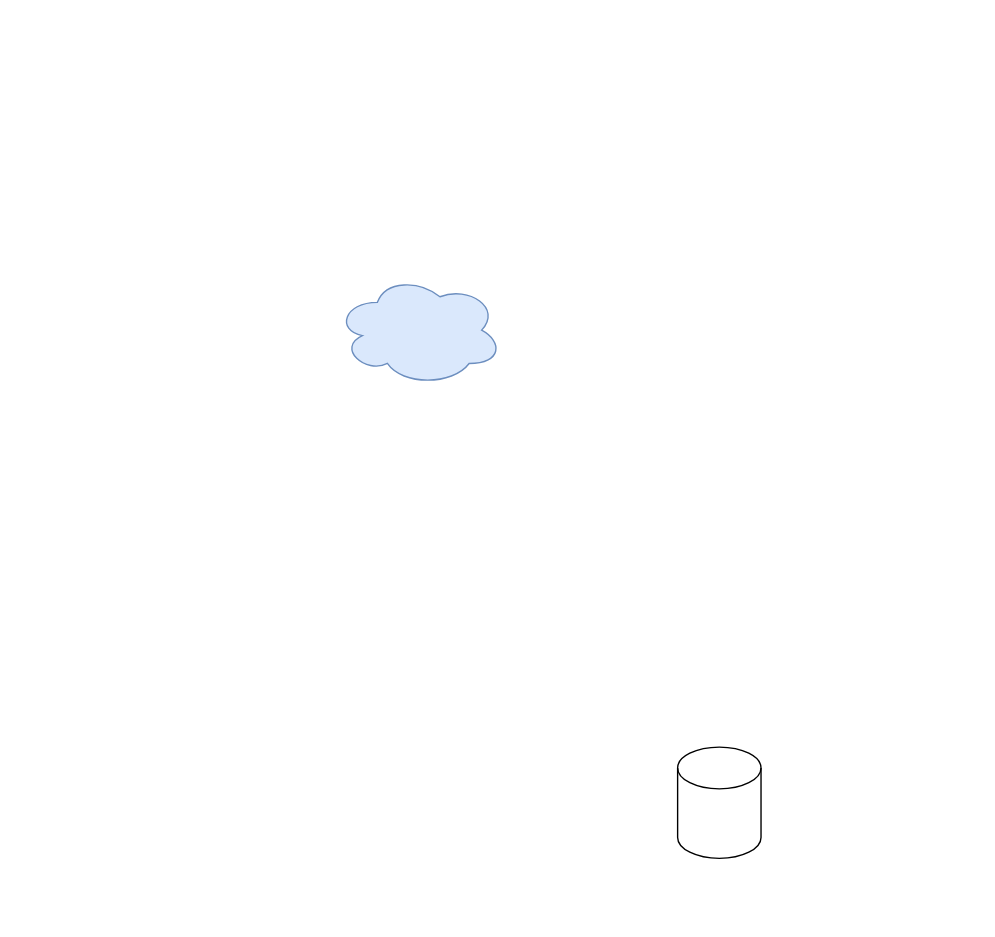
Earlier version of the draw.io diagram Untitled Diagram.drawio (rennan-dj/time_to_lunch). Source tidied: cells renumbered, new cells numbered last; positions are measured from the earlier drawing's top-left corner, leaving out a move shared by most shapes. Both pictures are drawn from the tidied source at 139%, with x=0, y=0 at pixel (335, 274).
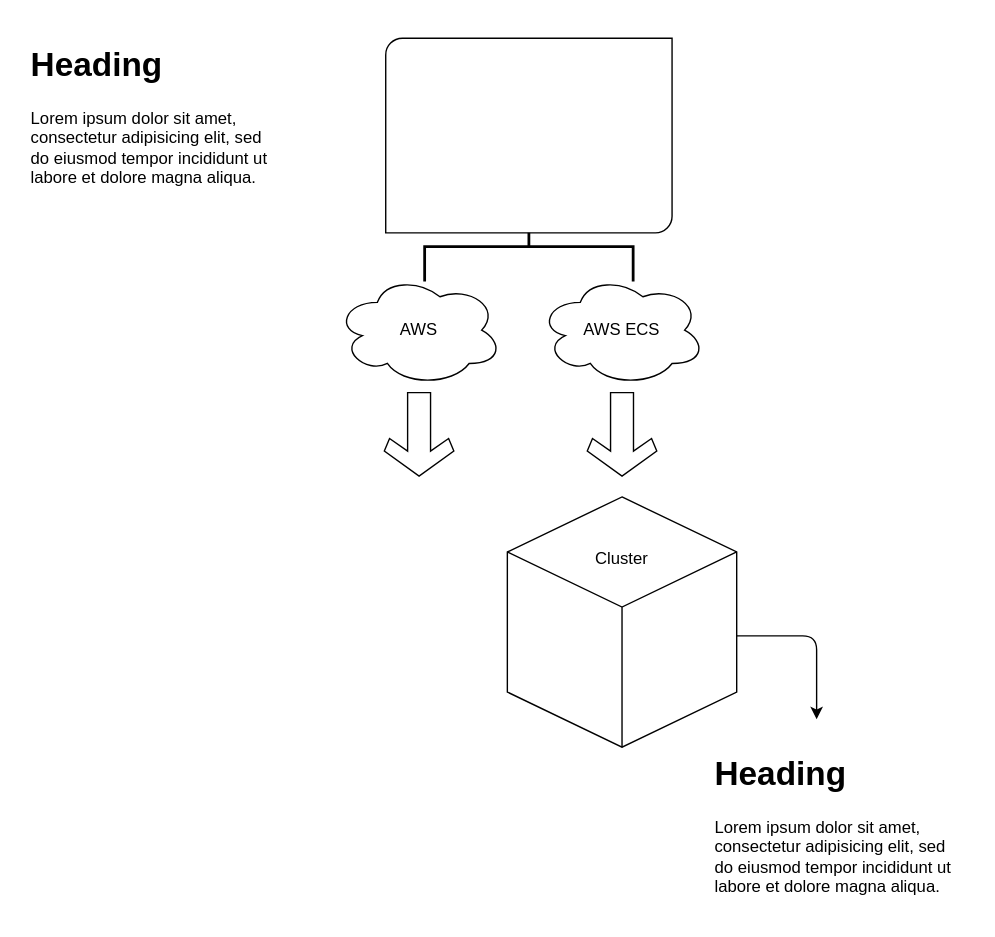
After the change.

The edit, as a diff of the source:
```diff
@@
-<mxGraphModel background="#ffffff">
+<mxGraphModel>
   <root>
     <mxCell id="0" />
     <mxCell id="1" parent="0" />
-    <mxCell id="2" style="ellipse;shape=cloud;whiteSpace=wrap;html=1;fillColor=#dae8fc;strokeColor=#6c8ebf;" parent="1" vertex="1">
+    <mxCell id="2" style="ellipse;shape=cloud;whiteSpace=wrap;html=1;rounded=1;" parent="1" vertex="1">
       <mxGeometry width="120" height="80" as="geometry" />
     </mxCell>
-    <mxCell id="3" style="shape=cylinder3;whiteSpace=wrap;html=1;boundedLbl=1;backgroundOutline=1;size=15;" parent="1" vertex="1">
-      <mxGeometry x="246" y="340" width="60" height="80" as="geometry" />
-    </mxCell>
+    <mxCell id="4" value="AWS" style="text;html=1;strokeColor=none;fillColor=none;align=center;verticalAlign=middle;whiteSpace=wrap;rounded=1;" parent="1" vertex="1">
+      <mxGeometry x="30" y="25" width="60" height="30" as="geometry" />
+    </mxCell>
+    <mxCell id="5" style="strokeWidth=2;html=1;shape=mxgraph.flowchart.annotation_2;align=left;labelPosition=right;rotation=90;rounded=1;" parent="1" vertex="1">
+      <mxGeometry x="114" y="-95" width="50" height="150" as="geometry" />
+    </mxCell>
+    <mxCell id="6" style="ellipse;shape=cloud;whiteSpace=wrap;html=1;rounded=1;" parent="1" vertex="1">
+      <mxGeometry x="146" width="120" height="80" as="geometry" />
+    </mxCell>
+    <mxCell id="7" value="AWS ECS" style="text;html=1;strokeColor=none;fillColor=none;align=center;verticalAlign=middle;whiteSpace=wrap;rounded=1;" parent="1" vertex="1">
+      <mxGeometry x="176" y="25" width="60" height="30" as="geometry" />
+    </mxCell>
+    <mxCell id="8" style="verticalLabelPosition=bottom;verticalAlign=top;html=1;shape=mxgraph.basic.diag_round_rect;dx=6;rounded=1;" parent="1" vertex="1">
+      <mxGeometry x="36" y="-170" width="206" height="140" as="geometry" />
+    </mxCell>
+    <mxCell id="9" style="html=1;shadow=0;dashed=0;align=center;verticalAlign=middle;shape=mxgraph.arrows2.sharpArrow2;dy1=0.67;dx1=18;dx2=18;dy3=0.15;dx3=27;notch=0;rotation=90;rounded=1;" parent="1" vertex="1">
+      <mxGeometry x="176" y="90" width="60" height="50" as="geometry" />
+    </mxCell>
+    <mxCell id="10" style="html=1;shadow=0;dashed=0;align=center;verticalAlign=middle;shape=mxgraph.arrows2.sharpArrow2;dy1=0.67;dx1=18;dx2=18;dy3=0.15;dx3=27;notch=0;rotation=90;rounded=1;" parent="1" vertex="1">
+      <mxGeometry x="30" y="90" width="60" height="50" as="geometry" />
+    </mxCell>
+    <mxCell id="11" style="whiteSpace=wrap;html=1;shape=mxgraph.basic.isocube;isoAngle=15;rounded=1;" parent="1" vertex="1">
+      <mxGeometry x="123.5" y="160" width="165" height="180" as="geometry" />
+    </mxCell>
+    <mxCell id="12" value="&lt;h1&gt;Heading&lt;/h1&gt;&lt;p&gt;Lorem ipsum dolor sit amet, consectetur adipisicing elit, sed do eiusmod tempor incididunt ut labore et dolore magna aliqua.&lt;/p&gt;" style="text;html=1;strokeColor=none;fillColor=none;spacing=5;spacingTop=-20;whiteSpace=wrap;overflow=hidden;rounded=1;" parent="1" vertex="1">
+      <mxGeometry x="-224" y="-170" width="190" height="120" as="geometry" />
+    </mxCell>
+    <mxCell id="13" value="Cluster" style="text;html=1;strokeColor=none;fillColor=none;align=center;verticalAlign=middle;whiteSpace=wrap;rounded=1;" parent="1" vertex="1">
+      <mxGeometry x="144" y="160" width="124" height="90" as="geometry" />
+    </mxCell>
+    <mxCell id="14" value="&lt;h1&gt;Heading&lt;/h1&gt;&lt;p&gt;Lorem ipsum dolor sit amet, consectetur adipisicing elit, sed do eiusmod tempor incididunt ut labore et dolore magna aliqua.&lt;/p&gt;" style="text;html=1;strokeColor=none;fillColor=none;spacing=5;spacingTop=-20;whiteSpace=wrap;overflow=hidden;rounded=1;" parent="1" vertex="1">
+      <mxGeometry x="268" y="340" width="190" height="120" as="geometry" />
+    </mxCell>
+    <mxCell id="15" style="endArrow=classic;html=1;rounded=1;" parent="1" edge="1">
+      <mxGeometry relative="1" as="geometry">
+        <mxPoint x="288.5" y="260" as="sourcePoint" />
+        <mxPoint x="346" y="320" as="targetPoint" />
+        <Array as="points">
+          <mxPoint x="346" y="260" />
+        </Array>
+      </mxGeometry>
+    </mxCell>
   </root>
 </mxGraphModel>
```
